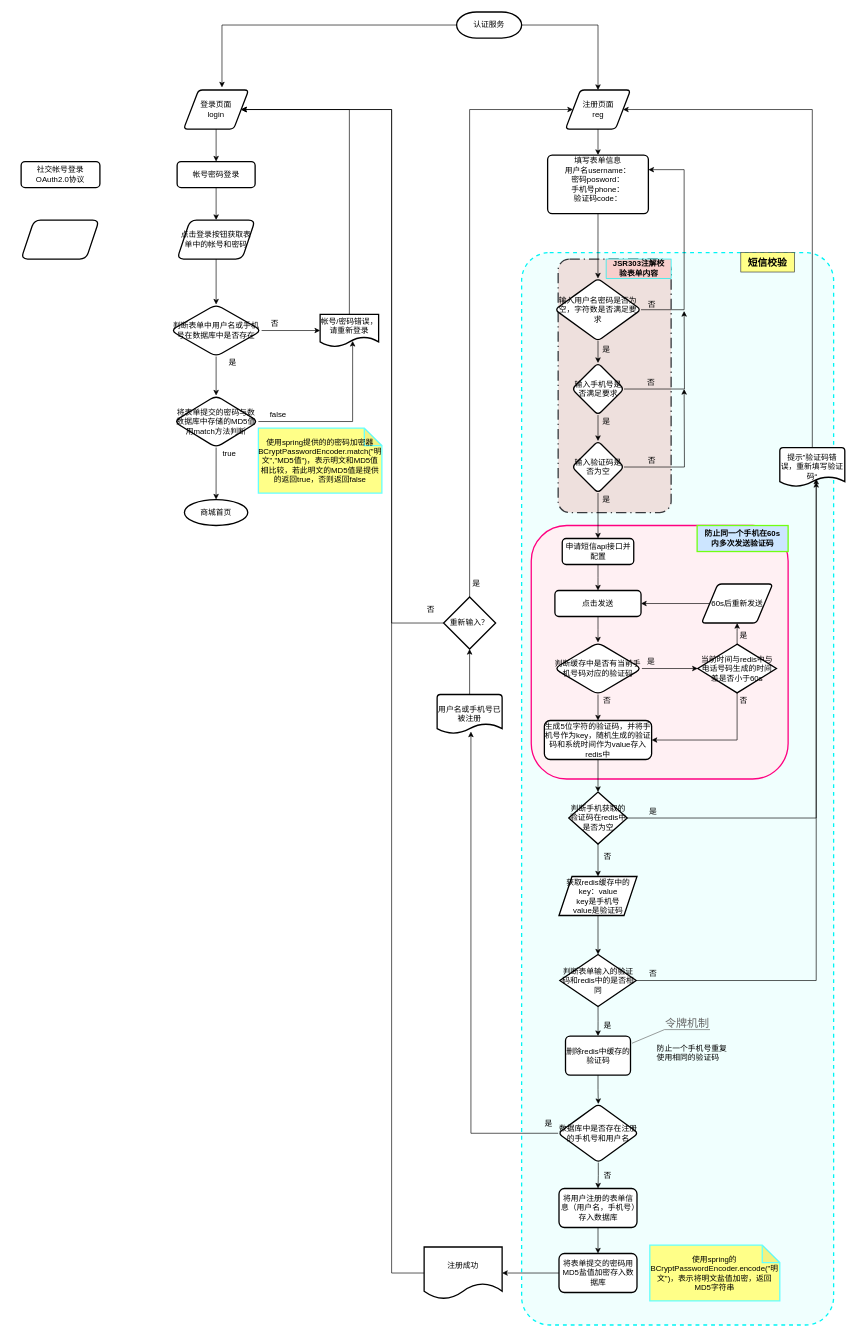
Earlier version of the draw.io diagram 2020/Untitled Diagram.drawio (ShilongXu/baozi.github.io). Source tidied: cells renumbered, new cells numbered last; positions are measured from the earlier drawing's top-left corner, leaving out a move shared by most shapes. Both pictures are drawn from the tidied source at 65%, with x=0, y=0 at pixel (21, 12).
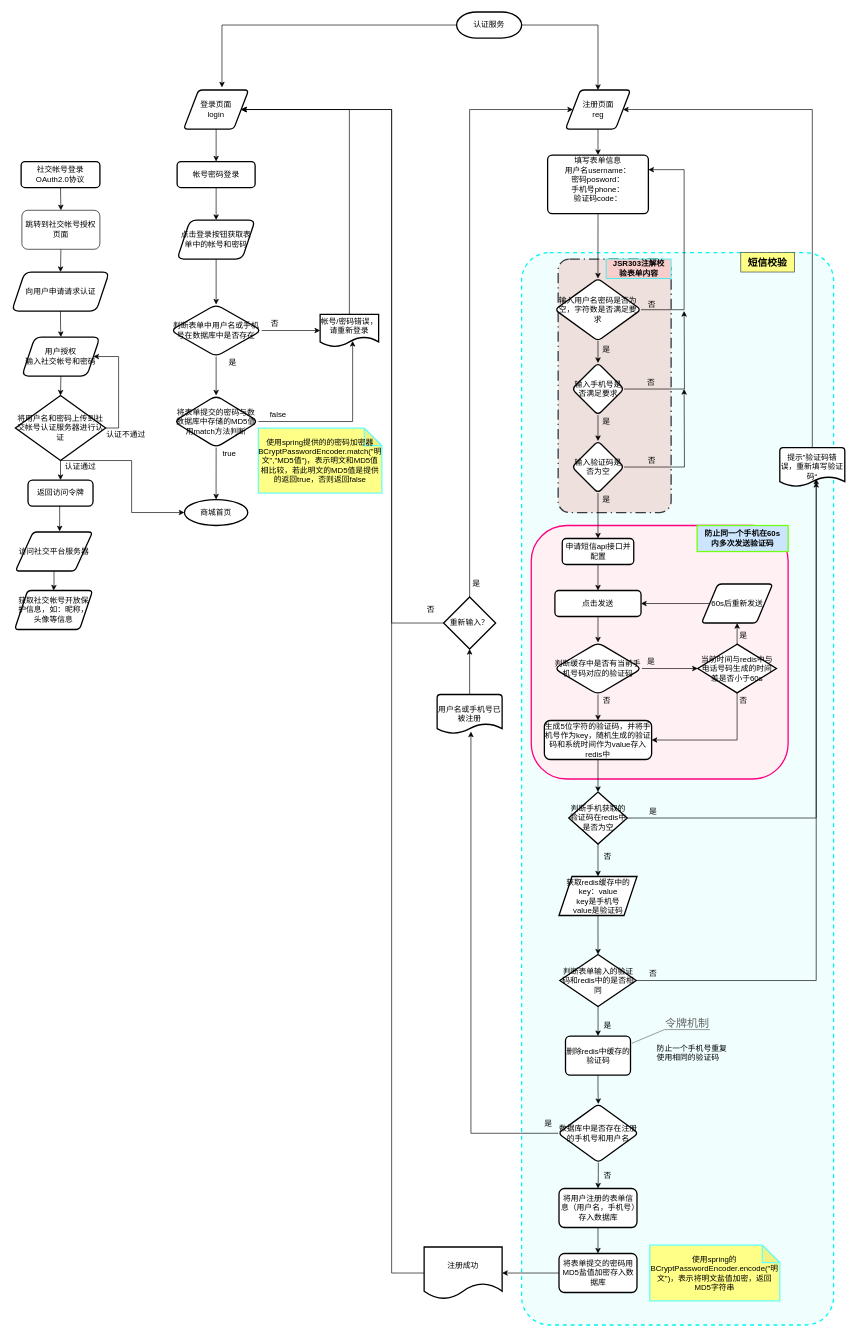
The same diagram, later.

Commit message:
社交帐号登录.drawio

Unchanged cells that the change refers to:
```xml
<mxCell id="104" value="商城首页" style="ellipse;whiteSpace=wrap;html=1;rounded=1;glass=0;fontSize=12;strokeColor=#000000;strokeWidth=2;fillColor=#ffffff;gradientColor=none;" parent="1" vertex="1">
  <mxGeometry x="251.2" y="750" width="97.5" height="40" as="geometry" />
</mxCell>
<mxCell id="106" value="&lt;div&gt;社交帐号登录&lt;/div&gt;&lt;div&gt;OAuth2.0协议&lt;br&gt;&lt;/div&gt;" style="rounded=1;whiteSpace=wrap;html=1;glass=0;fontSize=12;strokeColor=#000000;strokeWidth=2;fillColor=#ffffff;gradientColor=none;" parent="1" vertex="1">
  <mxGeometry y="230" width="121.2" height="40" as="geometry" />
</mxCell>
```

The edit, as a diff of the source:
```diff
@@
+    <mxCell id="108" style="edgeStyle=orthogonalEdgeStyle;rounded=0;jettySize=auto;html=1;exitX=0.5;exitY=1;exitDx=0;exitDy=0;entryX=0.5;entryY=0;entryDx=0;entryDy=0;" parent="1" edge="1" source="106" target="111">
+      <mxGeometry relative="1" as="geometry" />
+    </mxCell>
@@
+    <mxCell id="109" style="edgeStyle=orthogonalEdgeStyle;rounded=0;jettySize=auto;html=1;" parent="1" edge="1" source="107" target="113">
+      <mxGeometry relative="1" as="geometry" />
+    </mxCell>
-    <mxCell id="107" style="shape=parallelogram;perimeter=parallelogramPerimeter;whiteSpace=wrap;html=1;fixedSize=1;rounded=1;glass=0;fontSize=12;strokeColor=#000000;strokeWidth=2;fillColor=#ffffff;gradientColor=none;" parent="1" vertex="1">
-      <mxGeometry y="320" width="120" height="60" as="geometry" />
+    <mxCell id="107" value="向用户申请请求认证" style="shape=parallelogram;perimeter=parallelogramPerimeter;whiteSpace=wrap;html=1;fixedSize=1;rounded=1;glass=0;fontSize=12;strokeColor=#000000;strokeWidth=2;fillColor=#ffffff;gradientColor=none;" parent="1" vertex="1">
+      <mxGeometry x="-14.4" y="400" width="150" height="60" as="geometry" />
     </mxCell>
+    <mxCell id="110" style="edgeStyle=orthogonalEdgeStyle;rounded=0;jettySize=auto;html=1;exitX=0.5;exitY=1;exitDx=0;exitDy=0;entryX=0.5;entryY=0;entryDx=0;entryDy=0;" parent="1" edge="1" source="111" target="107">
+      <mxGeometry relative="1" as="geometry" />
+    </mxCell>
+    <mxCell id="111" value="跳转到社交帐号授权页面" style="rounded=1;whiteSpace=wrap;html=1;" parent="1" vertex="1">
+      <mxGeometry x="1.2" y="305" width="120" height="60" as="geometry" />
+    </mxCell>
+    <mxCell id="112" style="edgeStyle=orthogonalEdgeStyle;rounded=0;jettySize=auto;html=1;exitX=0.5;exitY=1;exitDx=0;exitDy=0;entryX=0.5;entryY=0;entryDx=0;entryDy=0;entryPerimeter=0;" parent="1" edge="1" source="113" target="117">
+      <mxGeometry relative="1" as="geometry" />
+    </mxCell>
+    <mxCell id="113" value="&lt;div&gt;用户授权&lt;/div&gt;&lt;div&gt;输入社交帐号和密码&lt;br&gt;&lt;/div&gt;" style="shape=parallelogram;perimeter=parallelogramPerimeter;whiteSpace=wrap;html=1;fixedSize=1;rounded=1;strokeWidth=2;glass=0;" parent="1" vertex="1">
+      <mxGeometry x="1.2" y="500" width="120" height="60" as="geometry" />
+    </mxCell>
+    <mxCell id="114" style="edgeStyle=orthogonalEdgeStyle;rounded=0;jettySize=auto;html=1;exitX=0.5;exitY=1;exitDx=0;exitDy=0;exitPerimeter=0;entryX=0.5;entryY=0;entryDx=0;entryDy=0;" parent="1" edge="1" source="117" target="119">
+      <mxGeometry relative="1" as="geometry" />
+    </mxCell>
+    <mxCell id="115" style="edgeStyle=orthogonalEdgeStyle;rounded=0;jettySize=auto;html=1;exitX=0.5;exitY=1;exitDx=0;exitDy=0;exitPerimeter=0;entryX=0;entryY=0.5;entryDx=0;entryDy=0;" parent="1" edge="1" source="117" target="104">
+      <mxGeometry relative="1" as="geometry">
+        <Array as="points">
+          <mxPoint x="170" y="690" />
+          <mxPoint x="170" y="770" />
+        </Array>
+      </mxGeometry>
+    </mxCell>
+    <mxCell id="116" style="edgeStyle=orthogonalEdgeStyle;rounded=0;jettySize=auto;html=1;exitX=1;exitY=0.5;exitDx=0;exitDy=0;exitPerimeter=0;entryX=1;entryY=0.5;entryDx=0;entryDy=0;" parent="1" edge="1" source="117" target="113">
+      <mxGeometry relative="1" as="geometry">
+        <Array as="points">
+          <mxPoint x="150" y="640" />
+          <mxPoint x="150" y="530" />
+        </Array>
+      </mxGeometry>
+    </mxCell>
+    <mxCell id="117" value="&lt;div&gt;将用户名和密码上传到社交帐号认证服务器进行认证&lt;/div&gt;" style="strokeWidth=2;html=1;shape=mxgraph.flowchart.decision;whiteSpace=wrap;" parent="1" vertex="1">
+      <mxGeometry x="-8.8" y="590" width="138.8" height="100" as="geometry" />
+    </mxCell>
+    <mxCell id="118" style="edgeStyle=orthogonalEdgeStyle;rounded=0;jettySize=auto;html=1;exitX=0.5;exitY=1;exitDx=0;exitDy=0;entryX=0.573;entryY=-0.017;entryDx=0;entryDy=0;entryPerimeter=0;" parent="1" edge="1" source="119" target="122">
+      <mxGeometry relative="1" as="geometry" />
+    </mxCell>
+    <mxCell id="119" value="返回访问令牌" style="rounded=1;whiteSpace=wrap;html=1;absoluteArcSize=1;arcSize=14;strokeWidth=2;" parent="1" vertex="1">
+      <mxGeometry x="10.6" y="720" width="100" height="40" as="geometry" />
+    </mxCell>
+    <mxCell id="120" value="认证通过" style="text;html=1;align=center;verticalAlign=middle;strokeColor=none;" parent="1" vertex="1">
+      <mxGeometry x="61.2" y="690" width="60" height="20" as="geometry" />
+    </mxCell>
+    <mxCell id="121" style="edgeStyle=orthogonalEdgeStyle;rounded=0;jettySize=auto;html=1;" parent="1" edge="1" source="122" target="123">
+      <mxGeometry relative="1" as="geometry" />
+    </mxCell>
+    <mxCell id="122" value="访问社交平台服务器" style="shape=parallelogram;html=1;strokeWidth=2;perimeter=parallelogramPerimeter;whiteSpace=wrap;rounded=1;arcSize=12;size=0.23;" parent="1" vertex="1">
+      <mxGeometry x="-8.8" y="800" width="118.8" height="60" as="geometry" />
+    </mxCell>
+    <mxCell id="123" value="获取社交帐号开放保护信息，如：昵称，头像等信息" style="shape=parallelogram;perimeter=parallelogramPerimeter;whiteSpace=wrap;html=1;fixedSize=1;rounded=1;strokeWidth=2;arcSize=12;" parent="1" vertex="1">
+      <mxGeometry x="-10" y="890" width="120" height="60" as="geometry" />
+    </mxCell>
+    <mxCell id="124" value="认证不通过" style="text;html=1;align=center;verticalAlign=middle;strokeColor=none;" parent="1" vertex="1">
+      <mxGeometry x="121.2" y="640" width="80" height="20" as="geometry" />
+    </mxCell>
```
